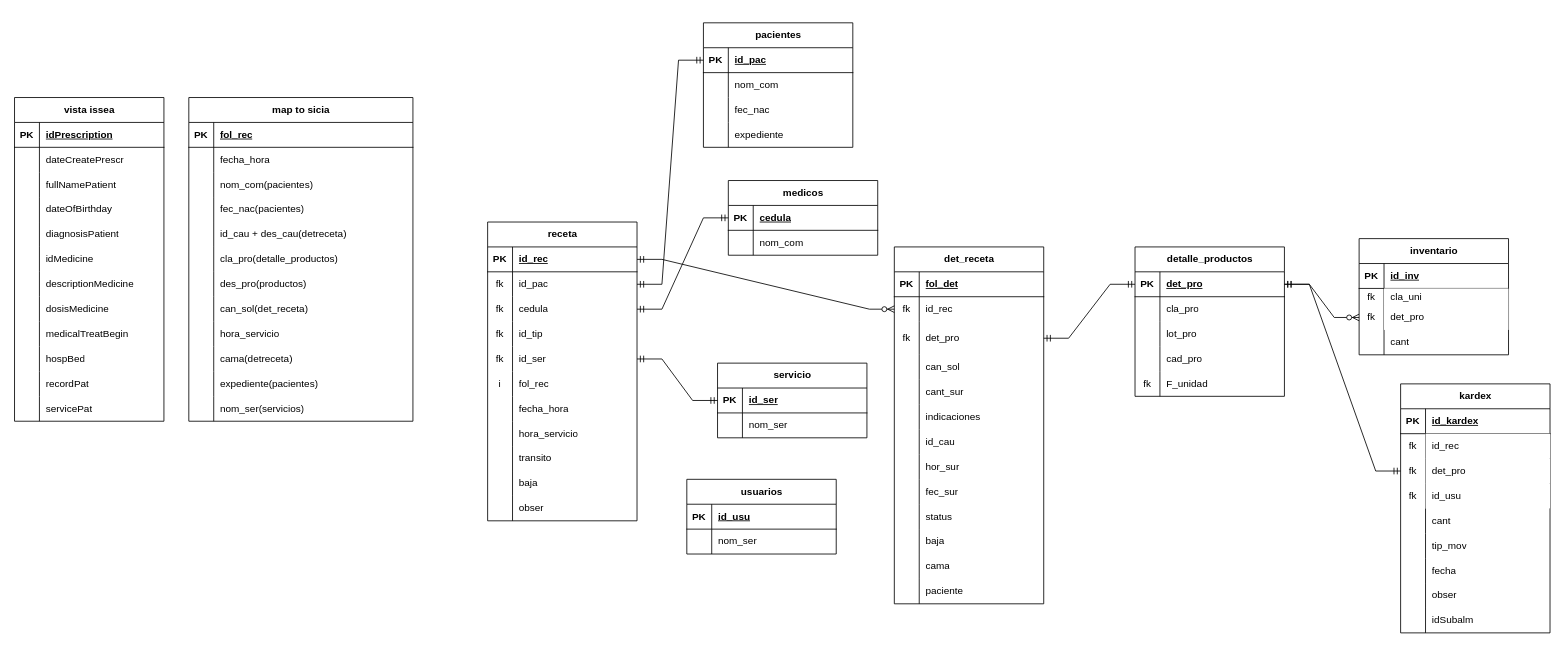
Earlier version of the draw.io diagram Vista_Recetas_unidosis.drawio (ErnestoDanielTafoyaMolinaCYM/clases-cat-cym). Source tidied: cells renumbered, new cells numbered last; positions are measured from the earlier drawing's top-left corner, leaving out a move shared by most shapes. Both pictures are drawn from the tidied source at 83%, with x=0, y=0 at pixel (14, 22).
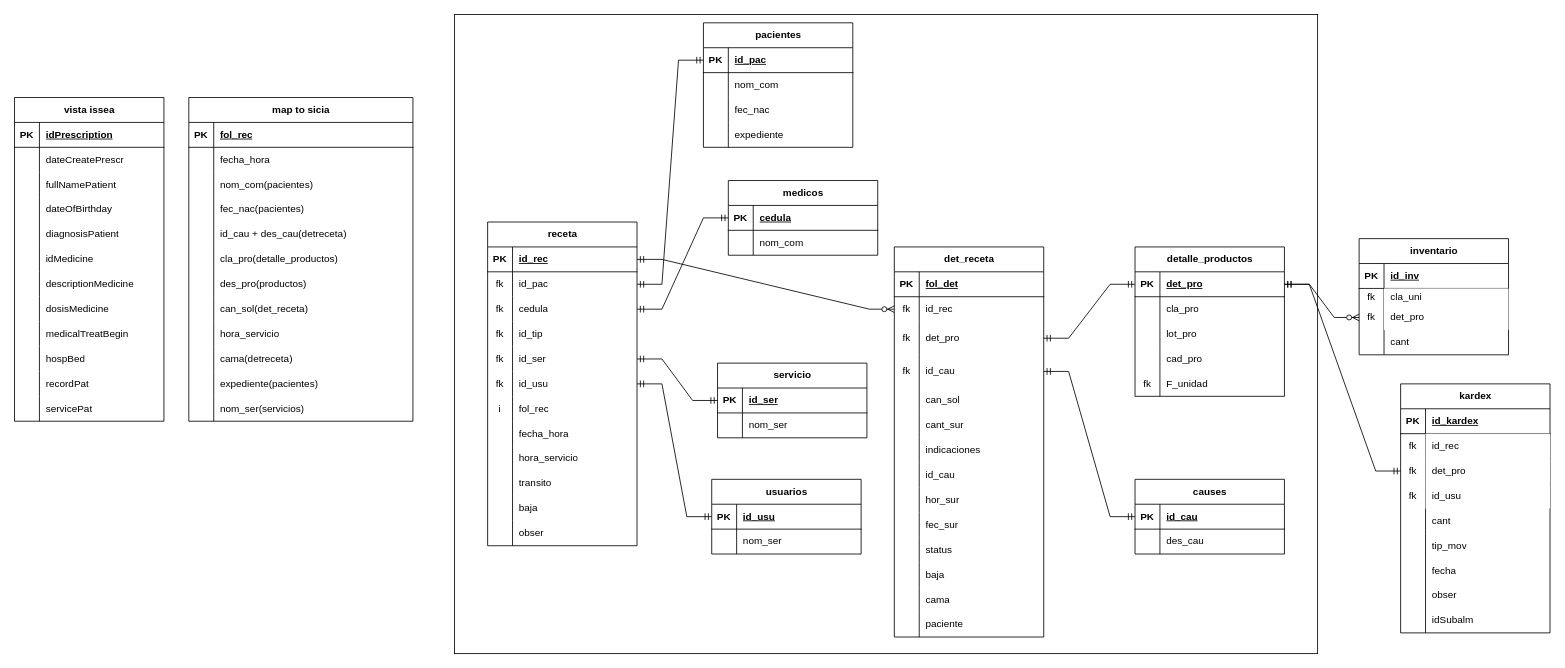
Above is the later version.

Unchanged cells that the change refers to:
```xml
<mxCell id="242" style="shape=tableRow;horizontal=0;startSize=0;swimlaneHead=0;swimlaneBody=0;fillColor=none;points=[[0,0.5],[1,0.5]];portConstraint=eastwest;top=0;left=0;right=0;bottom=1;" parent="241" vertex="1">
  <mxGeometry y="30" width="180" height="30" as="geometry" />
</mxCell>
```

Diff of the diagram source:
```diff
@@
+    <mxCell id="248" style="rounded=0;whiteSpace=wrap;html=1;" parent="1" vertex="1">
+      <mxGeometry x="530" y="-10" width="1040" height="770" as="geometry" />
+    </mxCell>
@@
     <mxCell id="76" value="receta" style="shape=table;startSize=30;childLayout=tableLayout;rowLines=0;fontStyle=1;align=center;html=1;" parent="1" vertex="1">
-      <mxGeometry x="570" y="240" width="180" height="360" as="geometry" />
+      <mxGeometry x="570" y="240" width="180" height="390" as="geometry" />
     </mxCell>
@@
+    <mxCell id="249" style="shape=tableRow;horizontal=0;startSize=0;swimlaneHead=0;swimlaneBody=0;fillColor=none;points=[[0,0.5],[1,0.5]];portConstraint=eastwest;top=0;left=0;right=0;bottom=0;" parent="76" vertex="1">
+      <mxGeometry y="180" width="180" height="30" as="geometry" />
+    </mxCell>
+    <mxCell id="250" value="fk" style="shape=partialRectangle;fillColor=none;top=0;left=0;bottom=0;right=0;overflow=hidden;whiteSpace=wrap;html=1;" parent="249" vertex="1">
+      <mxGeometry width="30" height="30" as="geometry" />
+    </mxCell>
+    <mxCell id="251" value="id_usu" style="shape=partialRectangle;fillColor=none;top=0;left=0;bottom=0;right=0;align=left;spacingLeft=6;overflow=hidden;whiteSpace=wrap;html=1;" parent="249" vertex="1">
+      <mxGeometry x="30" width="150" height="30" as="geometry" />
+    </mxCell>
     <mxCell id="92" style="shape=tableRow;horizontal=0;startSize=0;swimlaneHead=0;swimlaneBody=0;fillColor=none;top=0;left=0;right=0;bottom=0;" parent="76" vertex="1">
-      <mxGeometry y="180" width="180" height="30" as="geometry" />
+      <mxGeometry y="210" width="180" height="30" as="geometry" />
     </mxCell>
@@
     <mxCell id="95" style="shape=tableRow;horizontal=0;startSize=0;swimlaneHead=0;swimlaneBody=0;fillColor=none;top=0;left=0;right=0;bottom=0;" parent="76" vertex="1">
-      <mxGeometry y="210" width="180" height="30" as="geometry" />
+      <mxGeometry y="240" width="180" height="30" as="geometry" />
     </mxCell>
@@
     <mxCell id="98" style="shape=tableRow;horizontal=0;startSize=0;swimlaneHead=0;swimlaneBody=0;fillColor=none;top=0;left=0;right=0;bottom=0;" parent="76" vertex="1">
-      <mxGeometry y="240" width="180" height="30" as="geometry" />
+      <mxGeometry y="270" width="180" height="30" as="geometry" />
     </mxCell>
@@
     <mxCell id="101" style="shape=tableRow;horizontal=0;startSize=0;swimlaneHead=0;swimlaneBody=0;fillColor=none;top=0;left=0;right=0;bottom=0;" parent="76" vertex="1">
-      <mxGeometry y="270" width="180" height="30" as="geometry" />
+      <mxGeometry y="300" width="180" height="30" as="geometry" />
     </mxCell>
@@
     <mxCell id="104" style="shape=tableRow;horizontal=0;startSize=0;swimlaneHead=0;swimlaneBody=0;fillColor=none;top=0;left=0;right=0;bottom=0;" parent="76" vertex="1">
-      <mxGeometry y="300" width="180" height="30" as="geometry" />
+      <mxGeometry y="330" width="180" height="30" as="geometry" />
     </mxCell>
@@
     <mxCell id="107" style="shape=tableRow;horizontal=0;startSize=0;swimlaneHead=0;swimlaneBody=0;fillColor=none;top=0;left=0;right=0;bottom=0;" parent="76" vertex="1">
-      <mxGeometry y="330" width="180" height="30" as="geometry" />
+      <mxGeometry y="360" width="180" height="30" as="geometry" />
     </mxCell>
@@
     <mxCell id="130" value="det_receta" style="shape=table;startSize=30;childLayout=tableLayout;rowLines=0;fontStyle=1;align=center;html=1;" parent="1" vertex="1">
-      <mxGeometry x="1060" y="270" width="180" height="430" as="geometry" />
+      <mxGeometry x="1060" y="270" width="180" height="470" as="geometry" />
     </mxCell>
@@
+    <mxCell id="252" style="shape=tableRow;horizontal=0;startSize=0;swimlaneHead=0;swimlaneBody=0;fillColor=none;points=[[0,0.5],[1,0.5]];portConstraint=eastwest;top=0;left=0;right=0;bottom=0;" parent="130" vertex="1">
+      <mxGeometry y="130" width="180" height="40" as="geometry" />
+    </mxCell>
+    <mxCell id="253" value="fk" style="shape=partialRectangle;fillColor=none;top=0;left=0;bottom=0;right=0;overflow=hidden;whiteSpace=wrap;html=1;" parent="252" vertex="1">
+      <mxGeometry width="30" height="40" as="geometry" />
+    </mxCell>
+    <mxCell id="254" value="id_cau" style="shape=partialRectangle;fillColor=none;top=0;left=0;bottom=0;right=0;align=left;spacingLeft=6;overflow=hidden;whiteSpace=wrap;html=1;" parent="252" vertex="1">
+      <mxGeometry x="30" width="150" height="40" as="geometry" />
+    </mxCell>
     <mxCell id="140" style="shape=tableRow;horizontal=0;startSize=0;swimlaneHead=0;swimlaneBody=0;fillColor=none;top=0;left=0;right=0;bottom=0;" parent="130" vertex="1">
-      <mxGeometry y="130" width="180" height="30" as="geometry" />
+      <mxGeometry y="170" width="180" height="30" as="geometry" />
     </mxCell>
@@
     <mxCell id="143" style="shape=tableRow;horizontal=0;startSize=0;swimlaneHead=0;swimlaneBody=0;fillColor=none;top=0;left=0;right=0;bottom=0;" parent="130" vertex="1">
-      <mxGeometry y="160" width="180" height="30" as="geometry" />
+      <mxGeometry y="200" width="180" height="30" as="geometry" />
     </mxCell>
@@
     <mxCell id="146" style="shape=tableRow;horizontal=0;startSize=0;swimlaneHead=0;swimlaneBody=0;fillColor=none;top=0;left=0;right=0;bottom=0;" parent="130" vertex="1">
-      <mxGeometry y="190" width="180" height="30" as="geometry" />
+      <mxGeometry y="230" width="180" height="30" as="geometry" />
     </mxCell>
@@
     <mxCell id="149" style="shape=tableRow;horizontal=0;startSize=0;swimlaneHead=0;swimlaneBody=0;fillColor=none;top=0;left=0;right=0;bottom=0;" parent="130" vertex="1">
-      <mxGeometry y="220" width="180" height="30" as="geometry" />
+      <mxGeometry y="260" width="180" height="30" as="geometry" />
     </mxCell>
@@
     <mxCell id="152" style="shape=tableRow;horizontal=0;startSize=0;swimlaneHead=0;swimlaneBody=0;fillColor=none;top=0;left=0;right=0;bottom=0;" parent="130" vertex="1">
-      <mxGeometry y="250" width="180" height="30" as="geometry" />
+      <mxGeometry y="290" width="180" height="30" as="geometry" />
     </mxCell>
@@
     <mxCell id="155" style="shape=tableRow;horizontal=0;startSize=0;swimlaneHead=0;swimlaneBody=0;fillColor=none;top=0;left=0;right=0;bottom=0;" parent="130" vertex="1">
-      <mxGeometry y="280" width="180" height="30" as="geometry" />
+      <mxGeometry y="320" width="180" height="30" as="geometry" />
     </mxCell>
@@
     <mxCell id="158" style="shape=tableRow;horizontal=0;startSize=0;swimlaneHead=0;swimlaneBody=0;fillColor=none;top=0;left=0;right=0;bottom=0;" parent="130" vertex="1">
-      <mxGeometry y="310" width="180" height="30" as="geometry" />
+      <mxGeometry y="350" width="180" height="30" as="geometry" />
     </mxCell>
@@
     <mxCell id="161" style="shape=tableRow;horizontal=0;startSize=0;swimlaneHead=0;swimlaneBody=0;fillColor=none;top=0;left=0;right=0;bottom=0;" parent="130" vertex="1">
-      <mxGeometry y="340" width="180" height="30" as="geometry" />
+      <mxGeometry y="380" width="180" height="30" as="geometry" />
     </mxCell>
@@
     <mxCell id="164" style="shape=tableRow;horizontal=0;startSize=0;swimlaneHead=0;swimlaneBody=0;fillColor=none;top=0;left=0;right=0;bottom=0;" parent="130" vertex="1">
-      <mxGeometry y="370" width="180" height="30" as="geometry" />
+      <mxGeometry y="410" width="180" height="30" as="geometry" />
     </mxCell>
@@
     <mxCell id="167" style="shape=tableRow;horizontal=0;startSize=0;swimlaneHead=0;swimlaneBody=0;fillColor=none;top=0;left=0;right=0;bottom=0;" parent="130" vertex="1">
-      <mxGeometry y="400" width="180" height="30" as="geometry" />
+      <mxGeometry y="440" width="180" height="30" as="geometry" />
     </mxCell>
@@
     <mxCell id="241" value="usuarios" style="shape=table;startSize=30;childLayout=tableLayout;rowLines=0;fontStyle=1;align=center;html=1;" parent="1" vertex="1">
-      <mxGeometry x="810" y="550" width="180" height="90" as="geometry" />
+      <mxGeometry x="840" y="550" width="180" height="90" as="geometry" />
     </mxCell>
@@
+    <mxCell id="255" value="causes" style="shape=table;startSize=30;childLayout=tableLayout;rowLines=0;fontStyle=1;align=center;html=1;" parent="1" vertex="1">
+      <mxGeometry x="1350" y="550" width="180" height="90" as="geometry" />
+    </mxCell>
+    <mxCell id="256" style="shape=tableRow;horizontal=0;startSize=0;swimlaneHead=0;swimlaneBody=0;fillColor=none;points=[[0,0.5],[1,0.5]];portConstraint=eastwest;top=0;left=0;right=0;bottom=1;" parent="255" vertex="1">
+      <mxGeometry y="30" width="180" height="30" as="geometry" />
+    </mxCell>
+    <mxCell id="257" value="PK" style="shape=partialRectangle;fillColor=none;top=0;left=0;bottom=0;right=0;fontStyle=1;overflow=hidden;whiteSpace=wrap;html=1;" parent="256" vertex="1">
+      <mxGeometry width="30" height="30" as="geometry" />
+    </mxCell>
+    <mxCell id="258" value="id_cau" style="shape=partialRectangle;fillColor=none;top=0;left=0;bottom=0;right=0;align=left;spacingLeft=6;fontStyle=5;overflow=hidden;whiteSpace=wrap;html=1;" parent="256" vertex="1">
+      <mxGeometry x="30" width="150" height="30" as="geometry" />
+    </mxCell>
+    <mxCell id="259" style="shape=tableRow;horizontal=0;startSize=0;swimlaneHead=0;swimlaneBody=0;fillColor=none;top=0;left=0;right=0;bottom=0;" parent="255" vertex="1">
+      <mxGeometry y="60" width="180" height="30" as="geometry" />
+    </mxCell>
+    <mxCell id="260" style="shape=partialRectangle;fillColor=none;top=0;left=0;bottom=0;right=0;overflow=hidden;whiteSpace=wrap;html=1;" parent="259" vertex="1">
+      <mxGeometry width="30" height="30" as="geometry" />
+    </mxCell>
+    <mxCell id="261" value="des_cau" style="shape=partialRectangle;fillColor=none;top=0;left=0;bottom=0;right=0;align=left;spacingLeft=6;overflow=hidden;whiteSpace=wrap;html=1;" parent="259" vertex="1">
+      <mxGeometry x="30" width="150" height="30" as="geometry" />
+    </mxCell>
+    <mxCell id="262" style="edgeStyle=entityRelationEdgeStyle;fontSize=12;html=1;endArrow=ERmandOne;startArrow=ERmandOne;rounded=0;entryX=0;entryY=0.5;entryDx=0;entryDy=0;exitX=1;exitY=0.5;exitDx=0;exitDy=0;" parent="1" edge="1" source="249" target="242">
+      <mxGeometry relative="1" as="geometry" />
+    </mxCell>
+    <mxCell id="263" style="edgeStyle=entityRelationEdgeStyle;fontSize=12;html=1;endArrow=ERmandOne;startArrow=ERmandOne;rounded=0;entryX=0;entryY=0.5;entryDx=0;entryDy=0;exitX=1;exitY=0.5;exitDx=0;exitDy=0;" parent="1" edge="1" source="252" target="256">
+      <mxGeometry relative="1" as="geometry" />
+    </mxCell>
```
